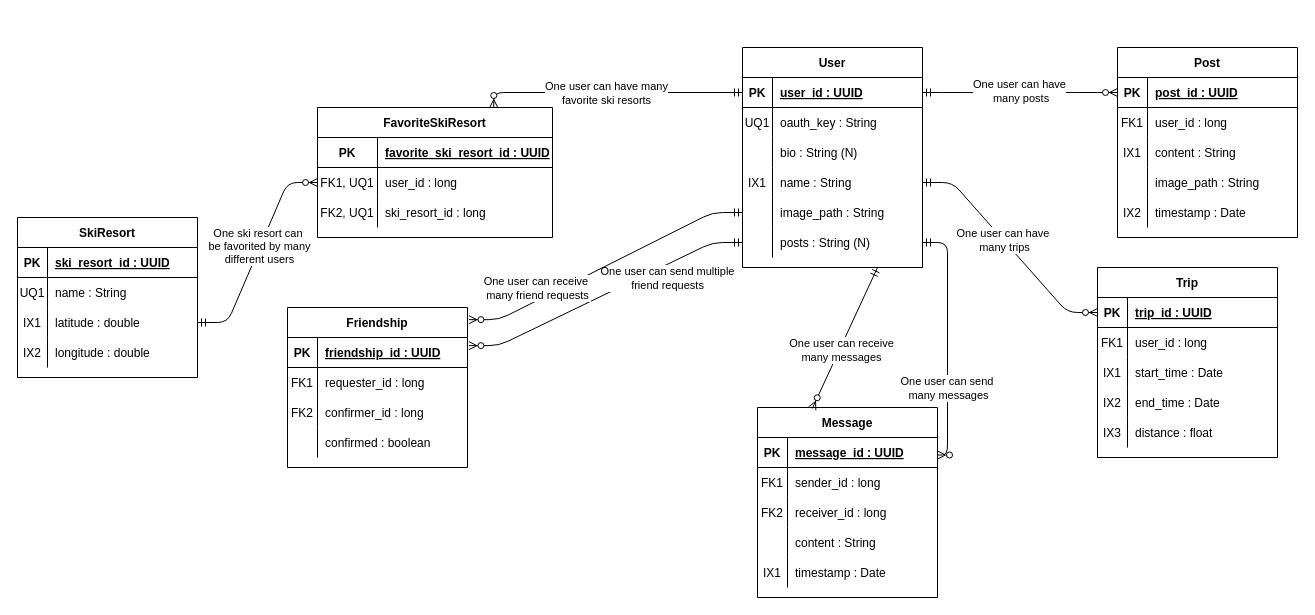
Before: docs/work/powdr-erd.drawio in powdr-ddc/powdr-ddc.github.io, a draw.io diagram. Source tidied: cells renumbered, new cells numbered last; positions are measured from the earlier drawing's top-left corner, leaving out a move shared by most shapes. Both pictures are drawn from the tidied source at 100%, with x=0, y=0 at pixel (17, 47).
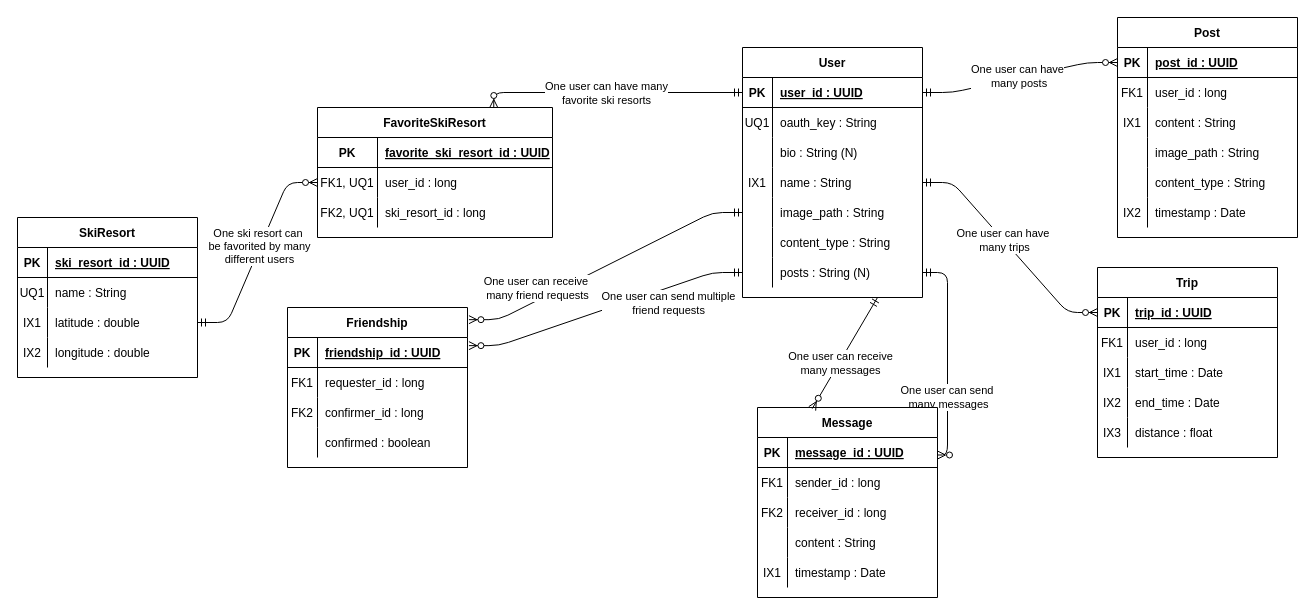
After the change.

The edit, as a diff of the source:
```diff
@@
     <mxCell id="2" value="Post" style="shape=table;startSize=30;childLayout=tableLayout;rowLines=0;fontStyle=1;align=center;" parent="1" vertex="1">
-      <mxGeometry x="1100" width="180" height="190" as="geometry" />
+      <mxGeometry x="1100" y="-30" width="180" height="220" as="geometry" />
     </mxCell>
@@
+    <mxCell id="121" style="shape=partialRectangle;fillColor=none;top=0;left=0;bottom=0;right=0;" parent="2" vertex="1">
+      <mxGeometry y="150" width="180" height="30" as="geometry" />
+    </mxCell>
+    <mxCell id="122" style="shape=partialRectangle;fillColor=none;top=0;left=0;bottom=0;right=0;overflow=hidden;" parent="121" vertex="1">
+      <mxGeometry width="30" height="30" as="geometry" />
+    </mxCell>
+    <mxCell id="123" value="content_type : String" style="shape=partialRectangle;fillColor=none;top=0;left=0;bottom=0;right=0;align=left;spacingLeft=6;overflow=hidden;" parent="121" vertex="1">
+      <mxGeometry x="30" width="150" height="30" as="geometry" />
+    </mxCell>
     <mxCell id="15" style="shape=partialRectangle;fillColor=none;top=0;left=0;bottom=0;right=0;" parent="2" vertex="1">
-      <mxGeometry y="150" width="180" height="30" as="geometry" />
+      <mxGeometry y="180" width="180" height="30" as="geometry" />
     </mxCell>
@@
     <mxCell id="102" value="User" style="shape=table;startSize=30;childLayout=tableLayout;rowLines=0;fontStyle=1;align=center;" parent="1" vertex="1">
-      <mxGeometry x="725" width="180" height="220" as="geometry" />
+      <mxGeometry x="725" width="180" height="250" as="geometry" />
     </mxCell>
@@
+    <mxCell id="124" style="shape=partialRectangle;fillColor=none;top=0;left=0;bottom=0;right=0;" parent="102" vertex="1">
+      <mxGeometry y="180" width="180" height="30" as="geometry" />
+    </mxCell>
+    <mxCell id="125" style="shape=partialRectangle;fillColor=none;top=0;left=0;bottom=0;right=0;overflow=hidden;" parent="124" vertex="1">
+      <mxGeometry width="30" height="30" as="geometry" />
+    </mxCell>
+    <mxCell id="126" value="content_type : String" style="shape=partialRectangle;fillColor=none;top=0;left=0;bottom=0;right=0;align=left;spacingLeft=6;overflow=hidden;" parent="124" vertex="1">
+      <mxGeometry x="30" width="150" height="30" as="geometry" />
+    </mxCell>
     <mxCell id="118" style="shape=partialRectangle;fillColor=none;top=0;left=0;bottom=0;right=0;points=[[0,0.5],[1,0.5]];portConstraint=eastwest;" parent="102" vertex="1">
-      <mxGeometry y="180" width="180" height="30" as="geometry" />
+      <mxGeometry y="210" width="180" height="30" as="geometry" />
     </mxCell>
```
